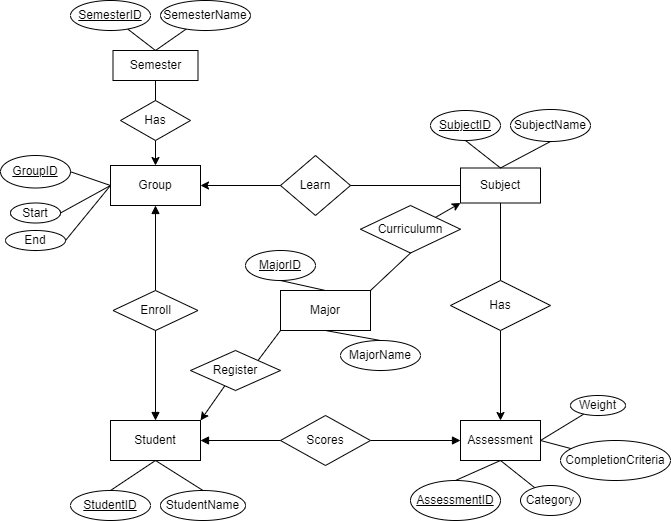
This is ERD.png from HieuNH235/DBI202-MyAssignment, a draw.io export, as it was before one commit. Source tidied: cells renumbered, new cells last; positions are measured from the earlier drawing's top-left corner, leaving out a move shared by most shapes.
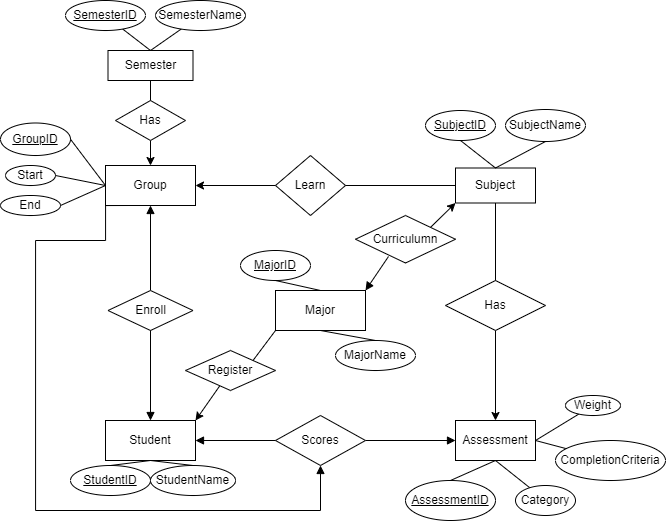
The same file after the commit.

What changed in the source:
```diff
@@ -42,9 +42,9 @@
       <mxGeometry relative="1" as="geometry" />
     </mxCell>
     <mxCell id="15" value="Curriculumn" style="shape=rhombus;perimeter=rhombusPerimeter;whiteSpace=wrap;html=1;align=center;" parent="1" vertex="1">
-      <mxGeometry x="360" y="205" width="100" height="47.5" as="geometry" />
+      <mxGeometry x="360" y="215" width="100" height="47.5" as="geometry" />
     </mxCell>
-    <mxCell id="16" style="endArrow=none;html=1;rounded=0;entryX=0.5;entryY=1;entryDx=0;entryDy=0;exitX=1;exitY=0;exitDx=0;exitDy=0;" parent="1" edge="1" source="6" target="15">
+    <mxCell id="16" style="endArrow=none;html=1;rounded=0;entryX=0.33;entryY=0.863;entryDx=0;entryDy=0;exitX=1;exitY=0;exitDx=0;exitDy=0;startArrow=block;startFill=1;entryPerimeter=0;" parent="1" edge="1" source="6" target="15">
       <mxGeometry relative="1" as="geometry" />
     </mxCell>
     <mxCell id="17" style="endArrow=classic;html=1;rounded=0;entryX=1;entryY=0;entryDx=0;entryDy=0;startArrow=none;" parent="1" edge="1" source="18" target="3">
@@ -68,6 +68,17 @@
     <mxCell id="23" style="endArrow=block;startArrow=none;html=1;rounded=0;entryX=0;entryY=0.5;entryDx=0;entryDy=0;exitX=1;exitY=0.5;exitDx=0;exitDy=0;startFill=1;endFill=1;" parent="1" edge="1" source="24" target="7">
       <mxGeometry relative="1" as="geometry" />
     </mxCell>
+    <mxCell id="60" style="edgeStyle=orthogonalEdgeStyle;rounded=0;jettySize=auto;html=1;entryX=0.25;entryY=1;entryDx=0;entryDy=0;strokeColor=default;startArrow=block;startFill=1;endArrow=none;endFill=0;" parent="1" edge="1" source="24" target="4">
+      <mxGeometry relative="1" as="geometry">
+        <Array as="points">
+          <mxPoint x="325" y="510" />
+          <mxPoint x="40" y="510" />
+          <mxPoint x="40" y="240" />
+          <mxPoint x="110" y="240" />
+          <mxPoint x="110" y="205" />
+        </Array>
+      </mxGeometry>
+    </mxCell>
     <mxCell id="24" value="Scores" style="shape=rhombus;perimeter=rhombusPerimeter;whiteSpace=wrap;html=1;align=center;" parent="1" vertex="1">
       <mxGeometry x="280" y="415" width="90" height="50" as="geometry" />
     </mxCell>
@@ -90,22 +101,22 @@
       <mxGeometry relative="1" as="geometry" />
     </mxCell>
     <mxCell id="31" value="StudentID" style="ellipse;whiteSpace=wrap;html=1;align=center;fontStyle=4;" parent="1" vertex="1">
-      <mxGeometry x="70" y="490" width="80" height="30" as="geometry" />
+      <mxGeometry x="75" y="465" width="80" height="30" as="geometry" />
     </mxCell>
     <mxCell id="32" value="StudentName" style="ellipse;whiteSpace=wrap;html=1;align=center;" parent="1" vertex="1">
-      <mxGeometry x="160" y="490" width="85" height="30" as="geometry" />
+      <mxGeometry x="155" y="465" width="85" height="30" as="geometry" />
     </mxCell>
     <mxCell id="33" style="endArrow=none;html=1;rounded=0;entryX=0.5;entryY=0;entryDx=0;entryDy=0;exitX=0.5;exitY=1;exitDx=0;exitDy=0;" parent="1" edge="1" source="3" target="32">
       <mxGeometry relative="1" as="geometry" />
     </mxCell>
     <mxCell id="34" value="GroupID" style="ellipse;whiteSpace=wrap;html=1;align=center;fontStyle=4;" parent="1" vertex="1">
-      <mxGeometry y="155" width="70" height="32.5" as="geometry" />
+      <mxGeometry x="5" y="122.5" width="70" height="32.5" as="geometry" />
     </mxCell>
     <mxCell id="35" value="Start" style="ellipse;whiteSpace=wrap;html=1;align=center;" parent="1" vertex="1">
-      <mxGeometry x="10" y="202.5" width="50" height="20" as="geometry" />
+      <mxGeometry x="10" y="165" width="50" height="20" as="geometry" />
     </mxCell>
     <mxCell id="36" value="End" style="ellipse;whiteSpace=wrap;html=1;align=center;" parent="1" vertex="1">
-      <mxGeometry x="5" y="230" width="60" height="20" as="geometry" />
+      <mxGeometry x="5" y="195" width="60" height="20" as="geometry" />
     </mxCell>
     <mxCell id="37" style="endArrow=none;html=1;rounded=0;entryX=1;entryY=0.5;entryDx=0;entryDy=0;exitX=0;exitY=0.5;exitDx=0;exitDy=0;" parent="1" edge="1" source="4" target="34">
       <mxGeometry relative="1" as="geometry" />
```
